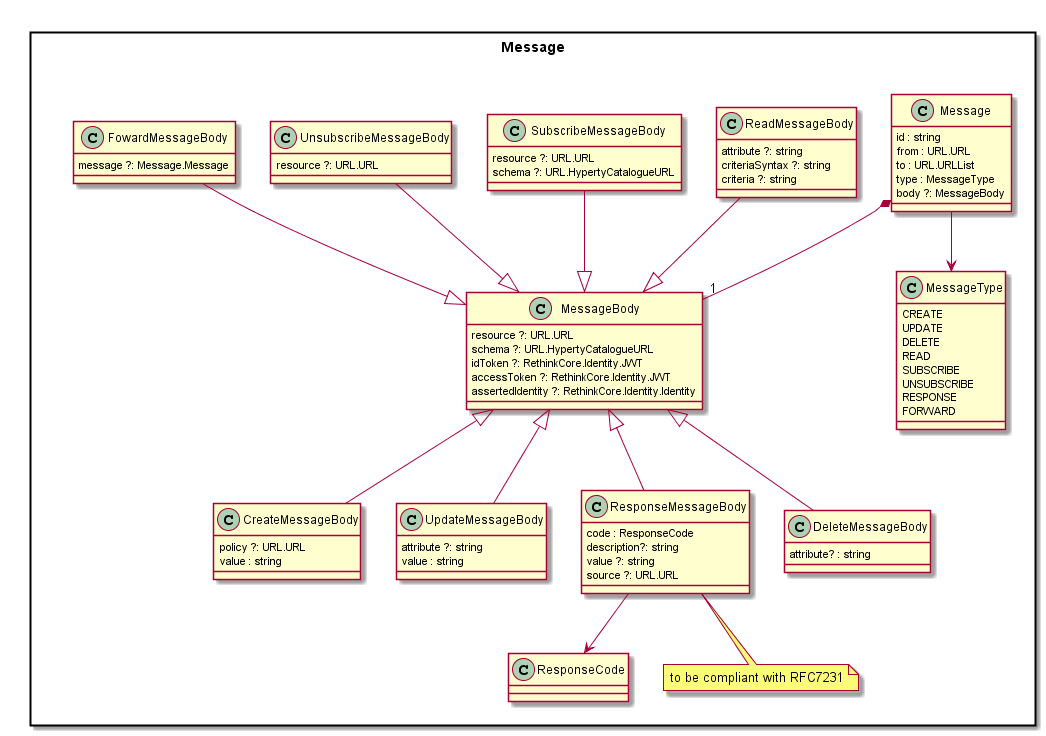
The PlantUML diagram docs/datamodel/Message-Data-Model.png in reTHINK-project/dev-service-framework, before a commit.
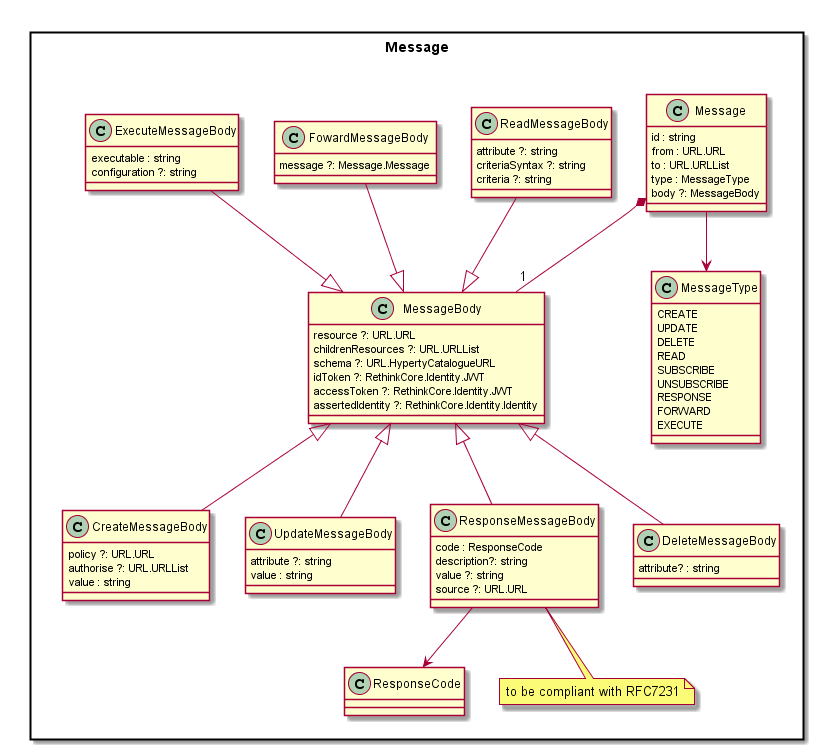
After the change.

The edit, as a diff of the source:
```diff
@@ -12,6 +12,7 @@
 
 	class MessageBody {
 		resource ?: URL.URL
+		childrenResources ?: URL.URLList
 		schema ?: URL.HypertyCatalogueURL
 		idToken ?: RethinkCore.Identity.JWT
 		accessToken ?: RethinkCore.Identity.JWT
@@ -20,6 +21,7 @@
 
 	class CreateMessageBody {
 		policy ?: URL.URL
+		authorise ?: URL.URLList
 		value : string
 	}
 
@@ -49,19 +51,14 @@
 		criteria ?: string
 	}
 
-	class SubscribeMessageBody {
-		resource ?: URL.URL
-		schema ?: URL.HypertyCatalogueURL
-	}
-
-	class UnsubscribeMessageBody {
-		resource ?: URL.URL
-	}
-
 	class FowardMessageBody {
 		message ?: Message.Message
 	}
 
+	class ExecuteMessageBody {
+		executable : string
+		configuration ?: string
+	}
 
 	class MessageType {
 	  	CREATE
@@ -71,7 +68,8 @@
 	  	SUBSCRIBE
 	  	UNSUBSCRIBE
 	  	RESPONSE
-		FORWARD
+			FORWARD
+			EXECUTE
 	}
 
 	Message --> MessageType
@@ -82,9 +80,8 @@
 	ResponseMessageBody -up-|> MessageBody
 	DeleteMessageBody -up-|> MessageBody
 	ReadMessageBody -down-|> MessageBody
-	SubscribeMessageBody -down-|> MessageBody
-	UnsubscribeMessageBody -down-|> MessageBody
 	FowardMessageBody -down-|> MessageBody
+	ExecuteMessageBody -down-|> MessageBody
 
 	ResponseMessageBody --> ResponseCode
 }
```
